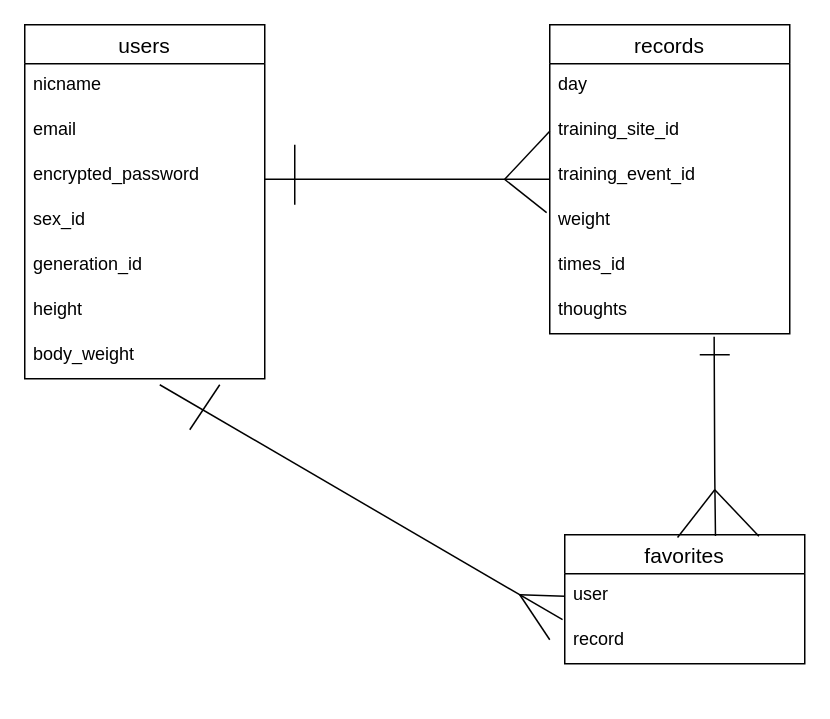
Above: page "ページ1" (1 of 2) of test.dio in tyo6ra6/bodymaking_aap (draw.io), before the change. Source tidied: cells renumbered, new cells numbered last; positions are measured from the earlier drawing's top-left corner, leaving out a move shared by most shapes. Both pictures are drawn from the tidied source at 150%, with x=0, y=0 at pixel (24, 24).
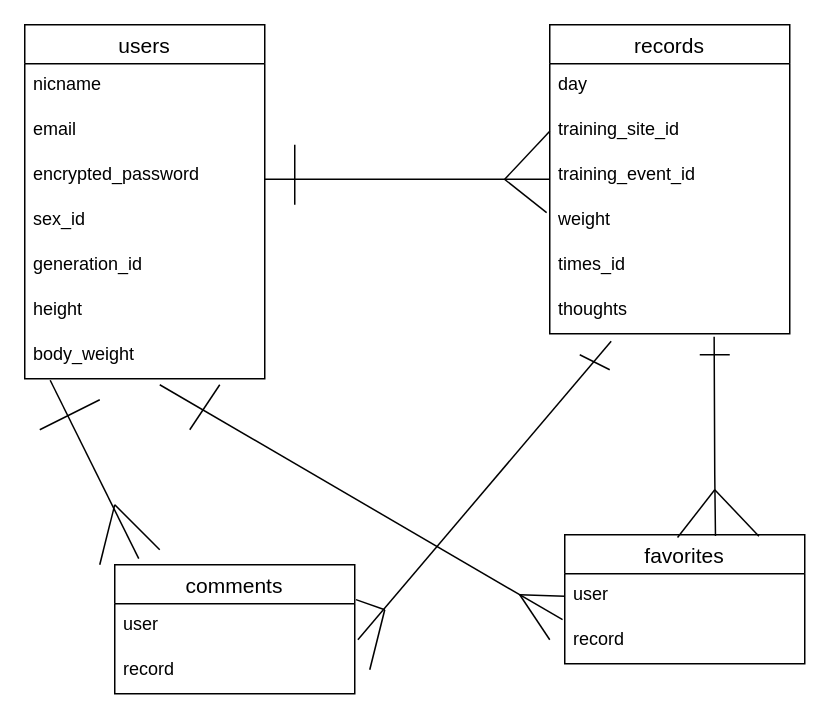
The same page after the edit.

The change refers to these unchanged cells:
```xml
<mxCell id="9" value=" body_weight  " style="text;strokeColor=none;fillColor=none;spacingLeft=4;spacingRight=4;overflow=hidden;points=[[0,0.5],[1,0.5]];portConstraint=eastwest;fontSize=12;" parent="2" vertex="1">
  <mxGeometry y="206" width="160" height="30" as="geometry" />
</mxCell>
<mxCell id="16" value="thoughts" style="text;strokeColor=none;fillColor=none;spacingLeft=4;spacingRight=4;overflow=hidden;points=[[0,0.5],[1,0.5]];portConstraint=eastwest;fontSize=12;" parent="10" vertex="1">
  <mxGeometry y="176" width="160" height="30" as="geometry" />
</mxCell>
```

Change to the diagram source:
```diff
@@
+    <mxCell id="32" value="comments" style="swimlane;fontStyle=0;horizontal=1;startSize=26;align=center;fontSize=14;" parent="1" vertex="1">
+      <mxGeometry x="60" y="360" width="160" height="86" as="geometry" />
+    </mxCell>
+    <mxCell id="33" value="user" style="text;strokeColor=none;fillColor=none;spacingLeft=4;spacingRight=4;overflow=hidden;points=[[0,0.5],[1,0.5]];portConstraint=eastwest;fontSize=12;" parent="32" vertex="1">
+      <mxGeometry y="26" width="160" height="30" as="geometry" />
+    </mxCell>
+    <mxCell id="34" value="record" style="text;strokeColor=none;fillColor=none;spacingLeft=4;spacingRight=4;overflow=hidden;fontSize=12;" parent="32" vertex="1">
+      <mxGeometry y="56" width="160" height="30" as="geometry" />
+    </mxCell>
+    <mxCell id="35" style="endArrow=none;html=1;entryX=0.256;entryY=1.167;entryDx=0;entryDy=0;entryPerimeter=0;exitX=1.013;exitY=0.8;exitDx=0;exitDy=0;exitPerimeter=0;" parent="1" edge="1" source="33" target="16">
+      <mxGeometry relative="1" as="geometry" />
+    </mxCell>
+    <mxCell id="36" style="endArrow=none;html=1;exitX=0.1;exitY=-0.047;exitDx=0;exitDy=0;exitPerimeter=0;entryX=0.106;entryY=1.033;entryDx=0;entryDy=0;entryPerimeter=0;" parent="1" edge="1" source="32" target="9">
+      <mxGeometry relative="1" as="geometry" />
+    </mxCell>
+    <mxCell id="37" style="endArrow=none;html=1;" parent="1" edge="1">
+      <mxGeometry relative="1" as="geometry">
+        <mxPoint x="10" y="270" as="sourcePoint" />
+        <mxPoint x="50" y="250" as="targetPoint" />
+      </mxGeometry>
+    </mxCell>
+    <mxCell id="38" style="endArrow=none;html=1;" parent="1" edge="1">
+      <mxGeometry relative="1" as="geometry">
+        <mxPoint x="50" y="360" as="sourcePoint" />
+        <mxPoint x="60" y="320" as="targetPoint" />
+      </mxGeometry>
+    </mxCell>
+    <mxCell id="39" style="endArrow=none;html=1;" parent="1" edge="1">
+      <mxGeometry relative="1" as="geometry">
+        <mxPoint x="370" y="220" as="sourcePoint" />
+        <mxPoint x="390" y="230" as="targetPoint" />
+      </mxGeometry>
+    </mxCell>
+    <mxCell id="40" style="endArrow=none;html=1;entryX=1.005;entryY=-0.092;entryDx=0;entryDy=0;entryPerimeter=0;" parent="1" edge="1" target="33">
+      <mxGeometry relative="1" as="geometry">
+        <mxPoint x="240" y="390" as="sourcePoint" />
+      </mxGeometry>
+    </mxCell>
+    <mxCell id="41" style="endArrow=none;html=1;" parent="1" edge="1">
+      <mxGeometry relative="1" as="geometry">
+        <mxPoint x="60" y="320" as="sourcePoint" />
+        <mxPoint x="90" y="350" as="targetPoint" />
+      </mxGeometry>
+    </mxCell>
+    <mxCell id="42" style="endArrow=none;html=1;" parent="1" edge="1">
+      <mxGeometry relative="1" as="geometry">
+        <mxPoint x="230" y="430" as="sourcePoint" />
+        <mxPoint x="240" y="390" as="targetPoint" />
+      </mxGeometry>
+    </mxCell>
```
